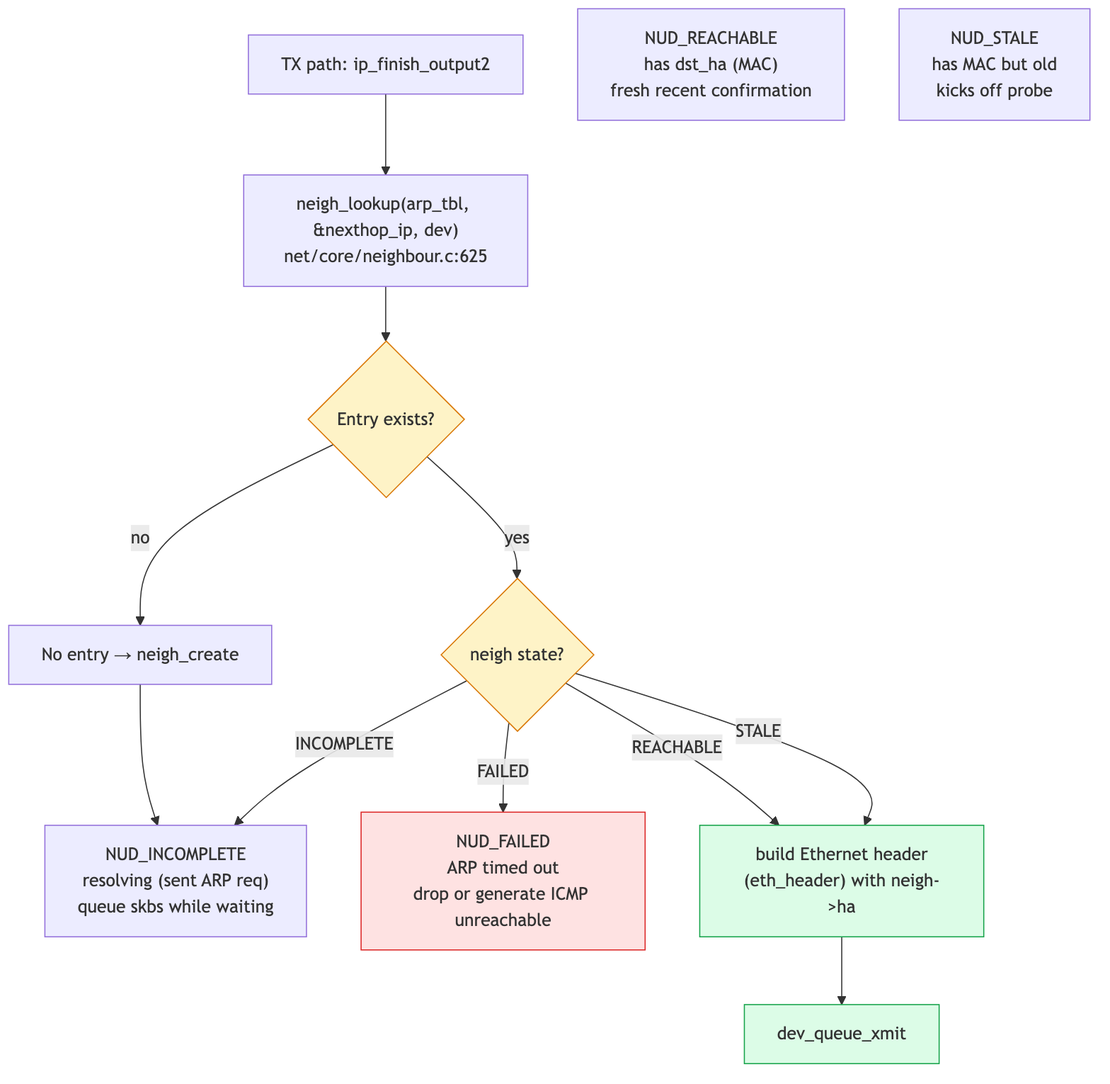
Above: linux-net/src/diagrams/day07_neigh_lookup.png in biefy/books (Mermaid), before the change. Its source is kept beside it as linux-net/src/diagrams/src/day07_neigh_lookup.mmd. Its diagram source:
```mermaid
flowchart TD
    Send["TX path: ip_finish_output2"]
    Lookup["neigh_lookup(arp_tbl, &nexthop_ip, dev)<br/>net/core/neighbour.c:625"]
    Found{Entry exists?}
    State{neigh state?}

    Reachable["NUD_REACHABLE<br/>has dst_ha (MAC)<br/>fresh recent confirmation"]
    Stale["NUD_STALE<br/>has MAC but old<br/>kicks off probe"]
    None["No entry → neigh_create"]
    Incomplete["NUD_INCOMPLETE<br/>resolving (sent ARP req)<br/>queue skbs while waiting"]
    Failed["NUD_FAILED<br/>ARP timed out<br/>drop or generate ICMP unreachable"]

    BuildL2["build Ethernet header<br/>(eth_header) with neigh->ha"]
    Xmit["dev_queue_xmit"]

    Send --> Lookup --> Found
    Found -->|yes| State
    Found -->|no| None --> Incomplete
    State -->|REACHABLE| BuildL2 --> Xmit
    State -->|STALE| BuildL2
    State -->|INCOMPLETE| Incomplete
    State -->|FAILED| Failed

    classDef ok fill:#dcfce7,stroke:#16a34a
    classDef bad fill:#fee2e2,stroke:#dc2626
    classDef hot fill:#fef3c7,stroke:#d97706
    class BuildL2,Xmit ok
    class Failed bad
    class Found,State hot
```
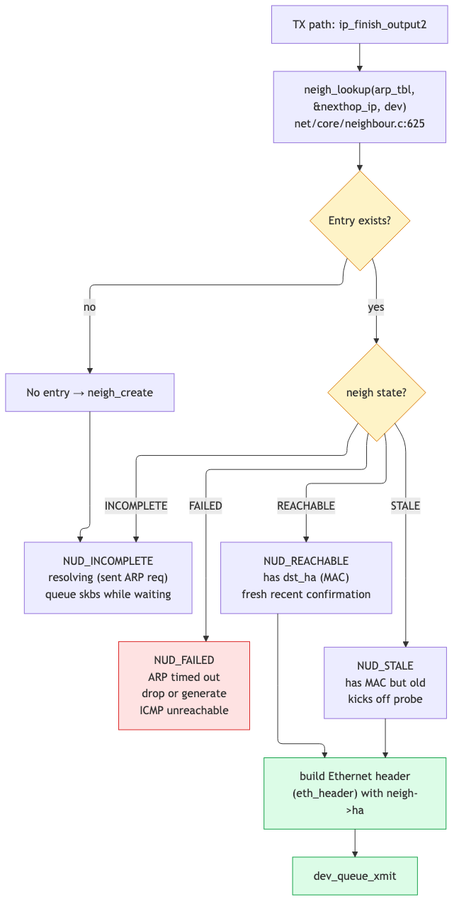
After the commit.

The edit, as a diff of the source:
```diff
@@ -1,25 +1,31 @@
+---
+config:
+  flowchart:
+    defaultRenderer: elk
+---
 flowchart TD
     Send["TX path: ip_finish_output2"]
-    Lookup["neigh_lookup(arp_tbl, &nexthop_ip, dev)<br/>net/core/neighbour.c:625"]
+    Lookup["neigh_lookup(arp_tbl,<br/>&nexthop_ip, dev)<br/>net/core/neighbour.c:625"]
     Found{Entry exists?}
     State{neigh state?}
-
+    None["No entry → neigh_create"]
     Reachable["NUD_REACHABLE<br/>has dst_ha (MAC)<br/>fresh recent confirmation"]
     Stale["NUD_STALE<br/>has MAC but old<br/>kicks off probe"]
-    None["No entry → neigh_create"]
     Incomplete["NUD_INCOMPLETE<br/>resolving (sent ARP req)<br/>queue skbs while waiting"]
-    Failed["NUD_FAILED<br/>ARP timed out<br/>drop or generate ICMP unreachable"]
-
+    Failed["NUD_FAILED<br/>ARP timed out<br/>drop or generate<br/>ICMP unreachable"]
     BuildL2["build Ethernet header<br/>(eth_header) with neigh->ha"]
     Xmit["dev_queue_xmit"]
-
     Send --> Lookup --> Found
+    Found -->|no| None --> Incomplete
     Found -->|yes| State
-    Found -->|no| None --> Incomplete
-    State -->|REACHABLE| BuildL2 --> Xmit
-    State -->|STALE| BuildL2
+    State -->|REACHABLE| Reachable
+    State -->|STALE| Stale
     State -->|INCOMPLETE| Incomplete
     State -->|FAILED| Failed
+    Reachable --> BuildL2 --> Xmit
+    Stale --> BuildL2
+    Reachable ~~~ Stale
+    Incomplete ~~~ Failed
 
     classDef ok fill:#dcfce7,stroke:#16a34a
     classDef bad fill:#fee2e2,stroke:#dc2626
```
